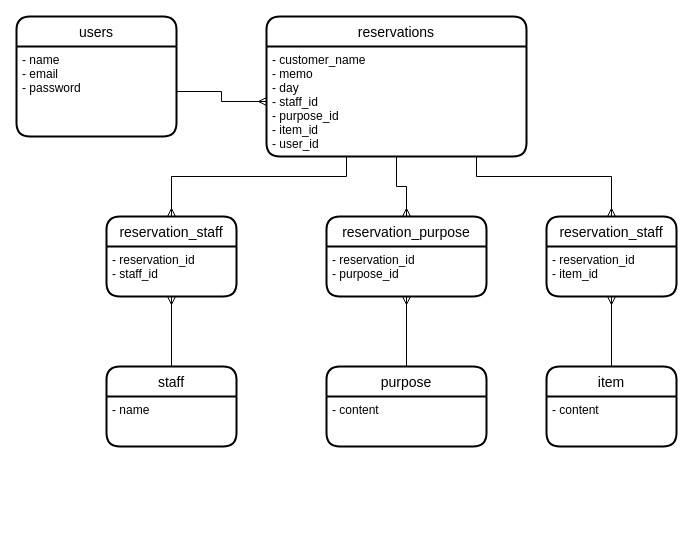
Before: app/views/layouts/er.dio in cochimu/rsystem-32070, a draw.io diagram. Source tidied: cells renumbered, new cells numbered last; positions are measured from the earlier drawing's top-left corner, leaving out a move shared by most shapes. Both pictures are drawn from the tidied source at 100%, with x=0, y=0 at pixel (16, 16).
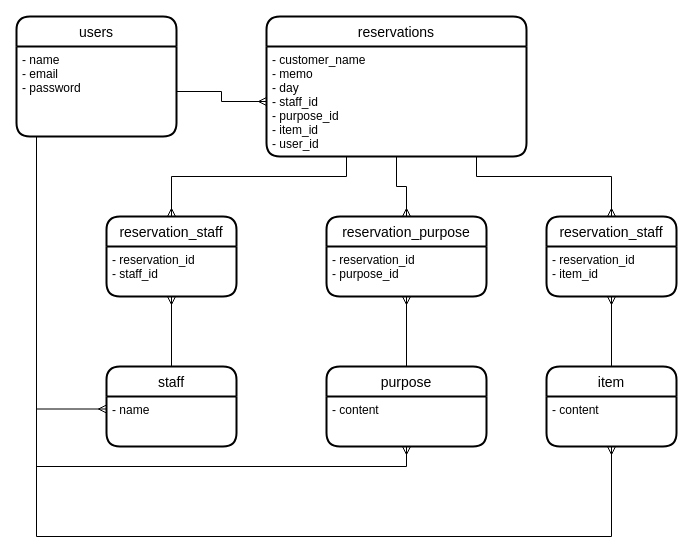
The same page after the edit.

The change refers to these unchanged cells:
```xml
<mxCell id="3" value="- name&#10;- email&#10;- password" style="align=left;strokeColor=none;fillColor=none;spacingLeft=4;fontSize=12;verticalAlign=top;" parent="2" vertex="1">
  <mxGeometry y="30" width="160" height="90" as="geometry" />
</mxCell>
<mxCell id="8" value="- name" style="align=left;strokeColor=none;fillColor=none;spacingLeft=4;fontSize=12;verticalAlign=top;" parent="7" vertex="1">
  <mxGeometry y="30" width="130" height="50" as="geometry" />
</mxCell>
<mxCell id="11" value="- content" style="align=left;strokeColor=none;fillColor=none;spacingLeft=4;fontSize=12;verticalAlign=top;" parent="10" vertex="1">
  <mxGeometry y="30" width="130" height="50" as="geometry" />
</mxCell>
<mxCell id="15" value="- content" style="align=left;strokeColor=none;fillColor=none;spacingLeft=4;fontSize=12;verticalAlign=top;" parent="14" vertex="1">
  <mxGeometry y="30" width="160" height="50" as="geometry" />
</mxCell>
```

Diff of the diagram source:
```diff
@@
+    <mxCell id="25" style="edgeStyle=orthogonalEdgeStyle;rounded=0;jettySize=auto;html=1;entryX=0;entryY=0.25;entryDx=0;entryDy=0;endArrow=ERmany;endFill=0;" parent="1" edge="1" source="3" target="8">
+      <mxGeometry relative="1" as="geometry">
+        <Array as="points">
+          <mxPoint x="20" y="393" />
+        </Array>
+      </mxGeometry>
+    </mxCell>
+    <mxCell id="26" style="edgeStyle=orthogonalEdgeStyle;rounded=0;jettySize=auto;html=1;entryX=0.5;entryY=1;entryDx=0;entryDy=0;endArrow=ERmany;endFill=0;" parent="1" edge="1" source="3" target="15">
+      <mxGeometry relative="1" as="geometry">
+        <Array as="points">
+          <mxPoint x="20" y="450" />
+          <mxPoint x="390" y="450" />
+        </Array>
+      </mxGeometry>
+    </mxCell>
+    <mxCell id="27" style="edgeStyle=orthogonalEdgeStyle;rounded=0;jettySize=auto;html=1;entryX=0.5;entryY=1;entryDx=0;entryDy=0;endArrow=ERmany;endFill=0;" parent="1" edge="1" source="3" target="11">
+      <mxGeometry relative="1" as="geometry">
+        <Array as="points">
+          <mxPoint x="20" y="520" />
+          <mxPoint x="595" y="520" />
+        </Array>
+      </mxGeometry>
+    </mxCell>
```
